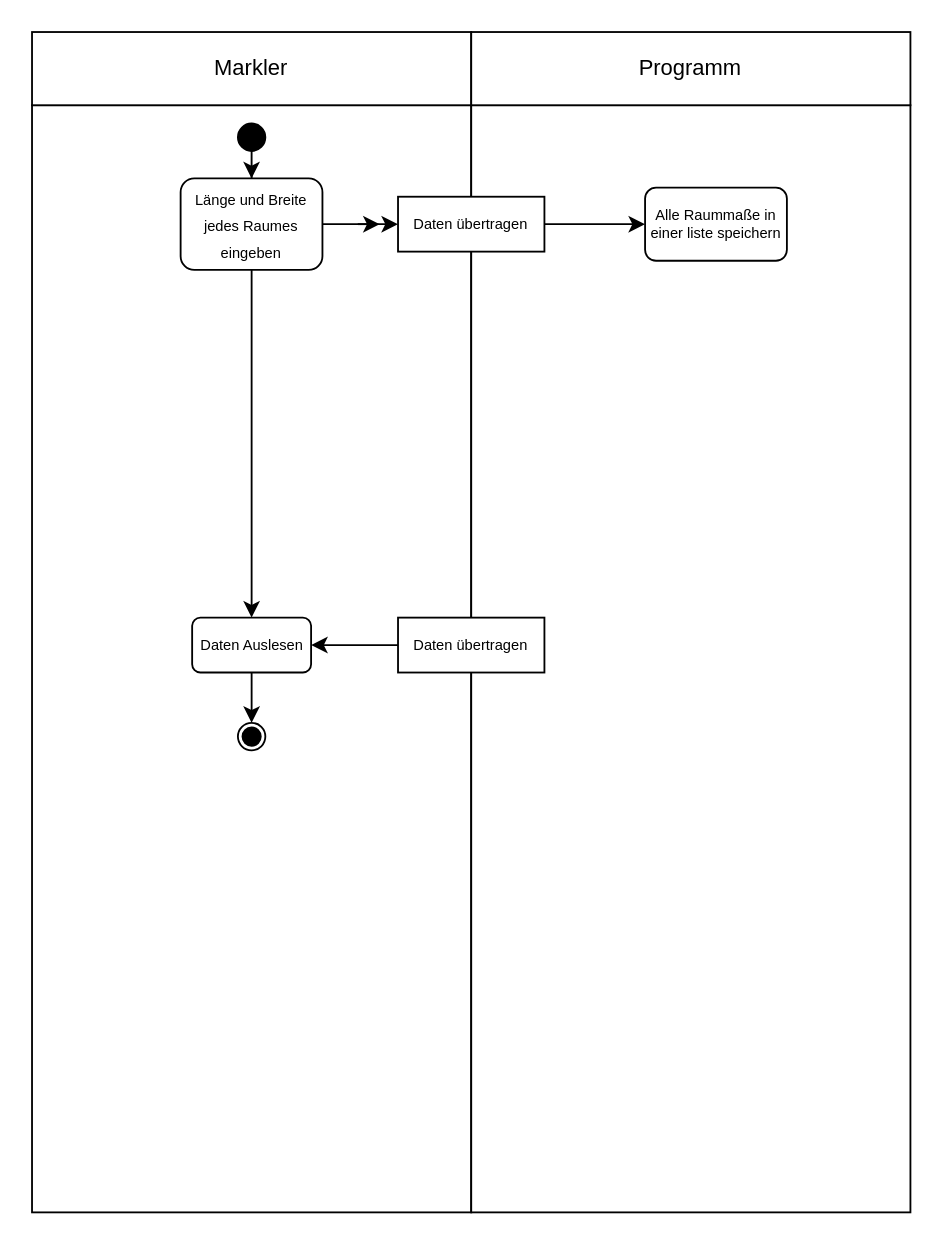
Above: Aktivitätsdiagramm.drawio in MilanHoesls/draw.io (draw.io), before the change. Source tidied: cells renumbered, new cells numbered last; positions are measured from the earlier drawing's top-left corner, leaving out a move shared by most shapes. Both pictures are drawn from the tidied source at 183%, with x=0, y=0 at pixel (-304, 31).
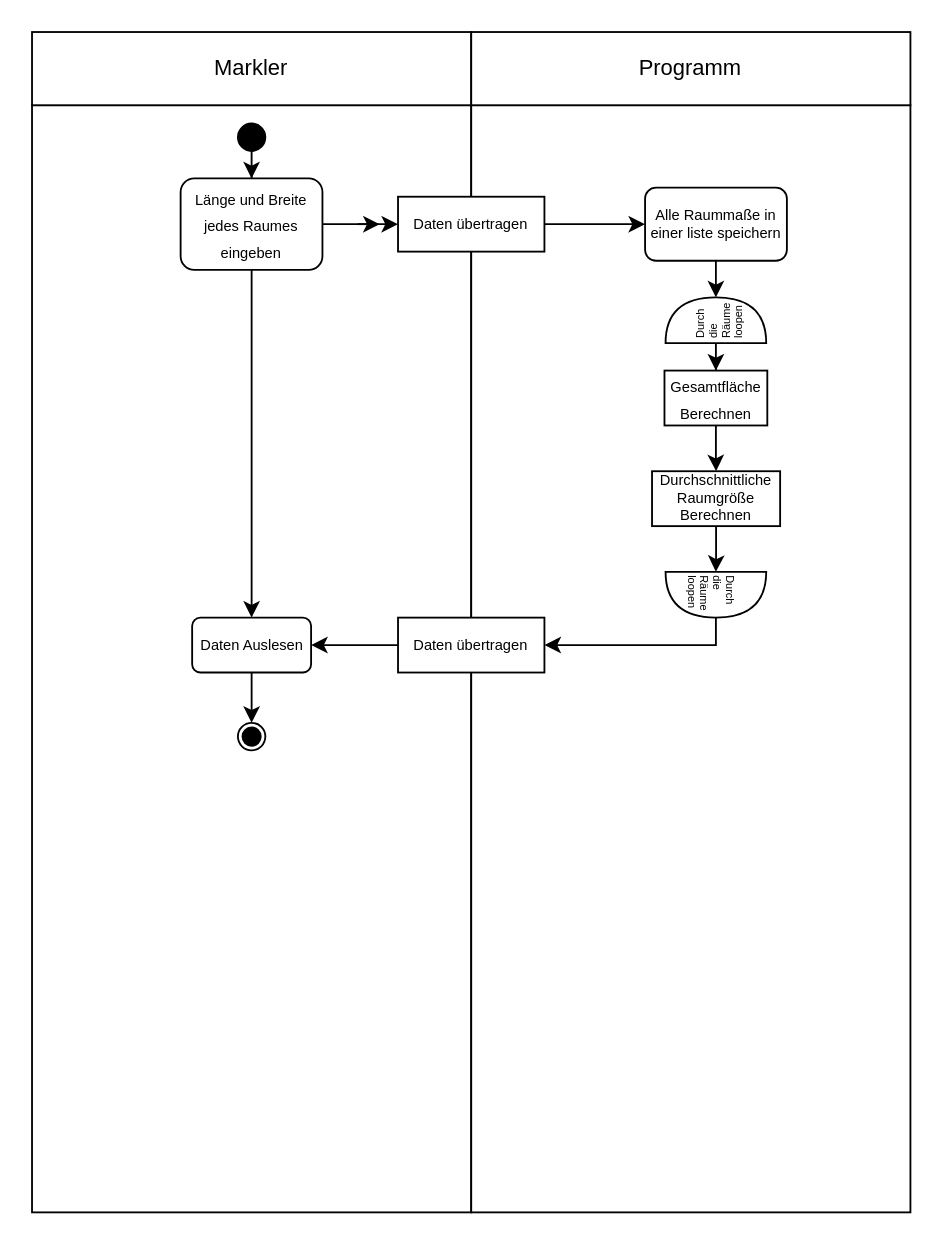
The same page after the edit.

Unchanged cells that the change refers to:
```xml
<mxCell id="16" value="Daten übertragen" style="rounded=0;whiteSpace=wrap;html=1;fontSize=8;" parent="1" vertex="1">
  <mxGeometry x="383" y="320" width="80" height="30" as="geometry" />
</mxCell>
<mxCell id="20" value="Alle Raummaße in einer liste speichern" style="rounded=1;whiteSpace=wrap;html=1;fontSize=8;" parent="1" vertex="1">
  <mxGeometry x="518" y="85" width="77.5" height="40" as="geometry" />
</mxCell>
```

What changed in the source:
```diff
@@
+    <mxCell id="23" style="edgeStyle=orthogonalEdgeStyle;rounded=0;jettySize=auto;html=1;entryX=1;entryY=0.5;entryDx=0;entryDy=0;entryPerimeter=0;" parent="1" edge="1" source="20" target="25">
+      <mxGeometry relative="1" as="geometry">
+        <Array as="points">
+          <mxPoint x="557" y="145" />
+          <mxPoint x="557" y="155" />
+        </Array>
+      </mxGeometry>
+    </mxCell>
@@
+    <mxCell id="24" style="edgeStyle=orthogonalEdgeStyle;rounded=0;jettySize=auto;html=1;entryX=0.5;entryY=0;entryDx=0;entryDy=0;" parent="1" edge="1" source="25" target="27">
+      <mxGeometry relative="1" as="geometry" />
+    </mxCell>
+    <mxCell id="25" value="&lt;div style=&quot;line-height: 50%;&quot; align=&quot;left&quot;&gt;&lt;font style=&quot;line-height: 50%; font-size: 6px;&quot;&gt;Durch die Räume loopen&lt;/font&gt;&lt;br&gt;&lt;/div&gt;" style="shape=or;whiteSpace=wrap;html=1;rotation=-90;align=left;" parent="1" vertex="1">
+      <mxGeometry x="544.2" y="130" width="25" height="55" as="geometry" />
+    </mxCell>
+    <mxCell id="26" style="edgeStyle=orthogonalEdgeStyle;rounded=0;jettySize=auto;html=1;entryX=0.5;entryY=0;entryDx=0;entryDy=0;" parent="1" edge="1" source="27" target="28">
+      <mxGeometry relative="1" as="geometry" />
+    </mxCell>
+    <mxCell id="27" value="&lt;font style=&quot;font-size: 8px;&quot;&gt;Gesamtfläche Berechnen&lt;br&gt;&lt;/font&gt;" style="rounded=0;whiteSpace=wrap;html=1;" parent="1" vertex="1">
+      <mxGeometry x="528.6" y="185" width="56.2" height="30" as="geometry" />
+    </mxCell>
+    <mxCell id="28" value="&lt;font style=&quot;line-height: 60%;&quot;&gt;Durchschnittliche Raumgröße Berechnen&lt;br&gt;&lt;/font&gt;" style="rounded=0;whiteSpace=wrap;html=1;fontSize=8;" parent="1" vertex="1">
+      <mxGeometry x="521.8" y="240" width="70" height="30" as="geometry" />
+    </mxCell>
+    <mxCell id="29" style="edgeStyle=orthogonalEdgeStyle;rounded=0;jettySize=auto;html=1;entryX=1;entryY=0.5;entryDx=0;entryDy=0;exitX=1;exitY=0.5;exitDx=0;exitDy=0;exitPerimeter=0;" parent="1" edge="1" source="30" target="16">
+      <mxGeometry relative="1" as="geometry">
+        <Array as="points">
+          <mxPoint x="557" y="335" />
+        </Array>
+      </mxGeometry>
+    </mxCell>
+    <mxCell id="30" value="&lt;div style=&quot;line-height: 50%;&quot; align=&quot;left&quot;&gt;&lt;font style=&quot;line-height: 50%; font-size: 6px;&quot;&gt;Durch die Räume loopen&lt;/font&gt;&lt;br&gt;&lt;/div&gt;" style="shape=or;whiteSpace=wrap;html=1;rotation=90;align=left;" parent="1" vertex="1">
+      <mxGeometry x="544.2" y="280" width="25" height="55" as="geometry" />
+    </mxCell>
+    <mxCell id="31" style="edgeStyle=orthogonalEdgeStyle;rounded=0;jettySize=auto;html=1;entryX=0;entryY=0.5;entryDx=0;entryDy=0;entryPerimeter=0;" parent="1" edge="1" source="28" target="30">
+      <mxGeometry relative="1" as="geometry" />
+    </mxCell>
```
